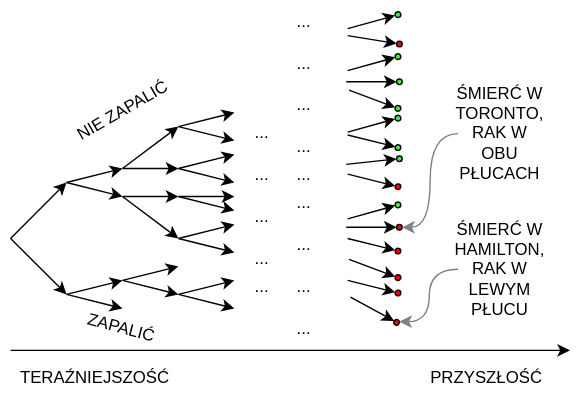
Above: images/ep-04-obnizanie-wartosci-w-czasie-04.svg in lyckantropen/awakening-pl (draw.io), before the change. Source tidied: cells renumbered, new cells last; positions are measured from the earlier drawing's top-left corner, leaving out a move shared by most shapes. Its diagram source:
```xml
<mxGraphModel>
  <root>
    <mxCell id="0" />
    <mxCell id="1" parent="0" />
    <mxCell id="2" style="endArrow=classic;html=1;rounded=0;" parent="1" edge="1">
      <mxGeometry x="80" y="1760" as="geometry">
        <mxPoint y="250" as="sourcePoint" />
        <mxPoint x="400" y="250" as="targetPoint" />
      </mxGeometry>
    </mxCell>
    <mxCell id="3" value="PRZYSZŁOŚĆ" style="text;html=1;align=center;verticalAlign=middle;strokeColor=none;fillColor=none;" parent="1" vertex="1">
      <mxGeometry x="290" y="260" width="100" height="20" as="geometry" />
    </mxCell>
    <mxCell id="4" value="TERAŹNIEJSZOŚĆ" style="text;html=1;align=center;verticalAlign=middle;strokeColor=none;fillColor=none;" parent="1" vertex="1">
      <mxGeometry y="260" width="120" height="20" as="geometry" />
    </mxCell>
    <mxCell id="5" style="endArrow=classic;html=1;curved=1;" parent="1" edge="1">
      <mxGeometry x="80" y="1760" as="geometry">
        <mxPoint y="170" as="sourcePoint" />
        <mxPoint x="40" y="130" as="targetPoint" />
      </mxGeometry>
    </mxCell>
    <mxCell id="6" style="endArrow=classic;html=1;curved=1;" parent="1" edge="1">
      <mxGeometry x="80" y="1760" as="geometry">
        <mxPoint y="170" as="sourcePoint" />
        <mxPoint x="40" y="210" as="targetPoint" />
      </mxGeometry>
    </mxCell>
    <mxCell id="7" style="endArrow=classic;html=1;curved=1;" parent="1" edge="1">
      <mxGeometry x="80" y="1760" as="geometry">
        <mxPoint x="40" y="130" as="sourcePoint" />
        <mxPoint x="80" y="120" as="targetPoint" />
      </mxGeometry>
    </mxCell>
    <mxCell id="8" style="endArrow=classic;html=1;curved=1;" parent="1" edge="1">
      <mxGeometry x="80" y="1760" as="geometry">
        <mxPoint x="40" y="130" as="sourcePoint" />
        <mxPoint x="80" y="140" as="targetPoint" />
      </mxGeometry>
    </mxCell>
    <mxCell id="9" style="endArrow=classic;html=1;curved=1;" parent="1" edge="1">
      <mxGeometry x="80" y="1760" as="geometry">
        <mxPoint x="40" y="210" as="sourcePoint" />
        <mxPoint x="80" y="200" as="targetPoint" />
      </mxGeometry>
    </mxCell>
    <mxCell id="10" style="endArrow=classic;html=1;curved=1;" parent="1" edge="1">
      <mxGeometry x="80" y="1760" as="geometry">
        <mxPoint x="40" y="210" as="sourcePoint" />
        <mxPoint x="80" y="220" as="targetPoint" />
      </mxGeometry>
    </mxCell>
    <mxCell id="11" style="endArrow=classic;html=1;curved=1;" parent="1" edge="1">
      <mxGeometry x="80" y="1760" as="geometry">
        <mxPoint x="80" y="140" as="sourcePoint" />
        <mxPoint x="120" y="140" as="targetPoint" />
      </mxGeometry>
    </mxCell>
    <mxCell id="12" style="endArrow=classic;html=1;curved=1;" parent="1" edge="1">
      <mxGeometry x="80" y="1760" as="geometry">
        <mxPoint x="80" y="140" as="sourcePoint" />
        <mxPoint x="120" y="170" as="targetPoint" />
      </mxGeometry>
    </mxCell>
    <mxCell id="13" style="endArrow=classic;html=1;curved=1;" parent="1" edge="1">
      <mxGeometry x="80" y="1760" as="geometry">
        <mxPoint x="80" y="200" as="sourcePoint" />
        <mxPoint x="120" y="190" as="targetPoint" />
      </mxGeometry>
    </mxCell>
    <mxCell id="14" style="endArrow=classic;html=1;curved=1;" parent="1" edge="1">
      <mxGeometry x="80" y="1760" as="geometry">
        <mxPoint x="80" y="200" as="sourcePoint" />
        <mxPoint x="120" y="210" as="targetPoint" />
      </mxGeometry>
    </mxCell>
    <mxCell id="15" style="endArrow=classic;html=1;curved=1;" parent="1" edge="1">
      <mxGeometry x="80" y="1760" as="geometry">
        <mxPoint x="80" y="120" as="sourcePoint" />
        <mxPoint x="120" y="90" as="targetPoint" />
      </mxGeometry>
    </mxCell>
    <mxCell id="16" style="endArrow=classic;html=1;curved=1;" parent="1" edge="1">
      <mxGeometry x="80" y="1760" as="geometry">
        <mxPoint x="80" y="120" as="sourcePoint" />
        <mxPoint x="120" y="120" as="targetPoint" />
      </mxGeometry>
    </mxCell>
    <mxCell id="17" style="endArrow=classic;html=1;curved=1;" parent="1" edge="1">
      <mxGeometry x="80" y="1760" as="geometry">
        <mxPoint x="120" y="90" as="sourcePoint" />
        <mxPoint x="160" y="80" as="targetPoint" />
      </mxGeometry>
    </mxCell>
    <mxCell id="18" style="endArrow=classic;html=1;curved=1;" parent="1" edge="1">
      <mxGeometry x="80" y="1760" as="geometry">
        <mxPoint x="120" y="90" as="sourcePoint" />
        <mxPoint x="160" y="100" as="targetPoint" />
      </mxGeometry>
    </mxCell>
    <mxCell id="19" style="endArrow=classic;html=1;curved=1;" parent="1" edge="1">
      <mxGeometry x="80" y="1760" as="geometry">
        <mxPoint x="120" y="120" as="sourcePoint" />
        <mxPoint x="160" y="110" as="targetPoint" />
      </mxGeometry>
    </mxCell>
    <mxCell id="20" style="endArrow=classic;html=1;curved=1;" parent="1" edge="1">
      <mxGeometry x="80" y="1760" as="geometry">
        <mxPoint x="120" y="120" as="sourcePoint" />
        <mxPoint x="160" y="130" as="targetPoint" />
      </mxGeometry>
    </mxCell>
    <mxCell id="21" style="endArrow=classic;html=1;curved=1;" parent="1" edge="1">
      <mxGeometry x="80" y="1760" as="geometry">
        <mxPoint x="120" y="170" as="sourcePoint" />
        <mxPoint x="160" y="160" as="targetPoint" />
      </mxGeometry>
    </mxCell>
    <mxCell id="22" style="endArrow=classic;html=1;curved=1;" parent="1" edge="1">
      <mxGeometry x="80" y="1760" as="geometry">
        <mxPoint x="120" y="170" as="sourcePoint" />
        <mxPoint x="160" y="180" as="targetPoint" />
      </mxGeometry>
    </mxCell>
    <mxCell id="23" style="endArrow=classic;html=1;curved=1;" parent="1" edge="1">
      <mxGeometry x="80" y="1760" as="geometry">
        <mxPoint x="120" y="140" as="sourcePoint" />
        <mxPoint x="160" y="140" as="targetPoint" />
      </mxGeometry>
    </mxCell>
    <mxCell id="24" style="endArrow=classic;html=1;curved=1;" parent="1" edge="1">
      <mxGeometry x="80" y="1760" as="geometry">
        <mxPoint x="120" y="140" as="sourcePoint" />
        <mxPoint x="160" y="150" as="targetPoint" />
      </mxGeometry>
    </mxCell>
    <mxCell id="25" style="endArrow=classic;html=1;curved=1;" parent="1" edge="1">
      <mxGeometry x="80" y="1760" as="geometry">
        <mxPoint x="120" y="210" as="sourcePoint" />
        <mxPoint x="160" y="200" as="targetPoint" />
      </mxGeometry>
    </mxCell>
    <mxCell id="26" style="endArrow=classic;html=1;curved=1;" parent="1" edge="1">
      <mxGeometry x="80" y="1760" as="geometry">
        <mxPoint x="120" y="210" as="sourcePoint" />
        <mxPoint x="160" y="220" as="targetPoint" />
      </mxGeometry>
    </mxCell>
    <mxCell id="27" value="..." style="text;html=1;strokeColor=none;fillColor=none;align=center;verticalAlign=middle;whiteSpace=wrap;rounded=0;" parent="1" vertex="1">
      <mxGeometry x="150" y="80" width="60" height="30" as="geometry" />
    </mxCell>
    <mxCell id="28" value="..." style="text;html=1;strokeColor=none;fillColor=none;align=center;verticalAlign=middle;whiteSpace=wrap;rounded=0;" parent="1" vertex="1">
      <mxGeometry x="150" y="110" width="60" height="30" as="geometry" />
    </mxCell>
    <mxCell id="29" value="..." style="text;html=1;strokeColor=none;fillColor=none;align=center;verticalAlign=middle;whiteSpace=wrap;rounded=0;" parent="1" vertex="1">
      <mxGeometry x="150" y="140" width="60" height="30" as="geometry" />
    </mxCell>
    <mxCell id="30" value="..." style="text;html=1;strokeColor=none;fillColor=none;align=center;verticalAlign=middle;whiteSpace=wrap;rounded=0;" parent="1" vertex="1">
      <mxGeometry x="150" y="170" width="60" height="30" as="geometry" />
    </mxCell>
    <mxCell id="31" value="..." style="text;html=1;strokeColor=none;fillColor=none;align=center;verticalAlign=middle;whiteSpace=wrap;rounded=0;" parent="1" vertex="1">
      <mxGeometry x="150" y="190" width="60" height="30" as="geometry" />
    </mxCell>
    <mxCell id="32" value="..." style="text;html=1;strokeColor=none;fillColor=none;align=center;verticalAlign=middle;whiteSpace=wrap;rounded=0;" parent="1" vertex="1">
      <mxGeometry x="180" width="60" height="30" as="geometry" />
    </mxCell>
    <mxCell id="33" value="..." style="text;html=1;strokeColor=none;fillColor=none;align=center;verticalAlign=middle;whiteSpace=wrap;rounded=0;" parent="1" vertex="1">
      <mxGeometry x="180" y="30" width="60" height="30" as="geometry" />
    </mxCell>
    <mxCell id="34" value="..." style="text;html=1;strokeColor=none;fillColor=none;align=center;verticalAlign=middle;whiteSpace=wrap;rounded=0;" parent="1" vertex="1">
      <mxGeometry x="180" y="60" width="60" height="30" as="geometry" />
    </mxCell>
    <mxCell id="35" value="..." style="text;html=1;strokeColor=none;fillColor=none;align=center;verticalAlign=middle;whiteSpace=wrap;rounded=0;" parent="1" vertex="1">
      <mxGeometry x="180" y="90" width="60" height="30" as="geometry" />
    </mxCell>
    <mxCell id="36" value="..." style="text;html=1;strokeColor=none;fillColor=none;align=center;verticalAlign=middle;whiteSpace=wrap;rounded=0;" parent="1" vertex="1">
      <mxGeometry x="180" y="110" width="60" height="30" as="geometry" />
    </mxCell>
    <mxCell id="37" value="..." style="text;html=1;strokeColor=none;fillColor=none;align=center;verticalAlign=middle;whiteSpace=wrap;rounded=0;" parent="1" vertex="1">
      <mxGeometry x="180" y="130" width="60" height="30" as="geometry" />
    </mxCell>
    <mxCell id="38" value="..." style="text;html=1;strokeColor=none;fillColor=none;align=center;verticalAlign=middle;whiteSpace=wrap;rounded=0;" parent="1" vertex="1">
      <mxGeometry x="180" y="160" width="60" height="30" as="geometry" />
    </mxCell>
    <mxCell id="39" value="..." style="text;html=1;strokeColor=none;fillColor=none;align=center;verticalAlign=middle;whiteSpace=wrap;rounded=0;" parent="1" vertex="1">
      <mxGeometry x="180" y="190" width="60" height="30" as="geometry" />
    </mxCell>
    <mxCell id="40" value="..." style="text;html=1;strokeColor=none;fillColor=none;align=center;verticalAlign=middle;whiteSpace=wrap;rounded=0;" parent="1" vertex="1">
      <mxGeometry x="180" y="220" width="60" height="30" as="geometry" />
    </mxCell>
    <mxCell id="41" style="group;rotation=-15;" parent="1" vertex="1">
      <mxGeometry x="240" y="13" width="40" height="4" as="geometry" />
    </mxCell>
    <mxCell id="42" style="endArrow=classic;html=1;curved=1;entryX=0;entryY=0.5;entryDx=0;entryDy=0;" parent="41" edge="1" target="43">
      <mxGeometry relative="1" as="geometry">
        <mxPoint x="1" y="7" as="sourcePoint" />
      </mxGeometry>
    </mxCell>
    <mxCell id="43" style="ellipse;whiteSpace=wrap;html=1;fillColor=#33FF33;gradientColor=none;rotation=-15;" parent="41" vertex="1">
      <mxGeometry x="35" y="-5" width="4" height="4" as="geometry" />
    </mxCell>
    <mxCell id="44" style="group;rotation=10;" parent="1" vertex="1">
      <mxGeometry x="240" y="26" width="40" height="4" as="geometry" />
    </mxCell>
    <mxCell id="45" style="endArrow=classic;html=1;curved=1;entryX=0;entryY=0.5;entryDx=0;entryDy=0;" parent="44" edge="1" target="46">
      <mxGeometry relative="1" as="geometry">
        <mxPoint x="1" y="-1" as="sourcePoint" />
      </mxGeometry>
    </mxCell>
    <mxCell id="46" style="ellipse;whiteSpace=wrap;html=1;fillColor=#FF0000;gradientColor=none;rotation=10;" parent="44" vertex="1">
      <mxGeometry x="36" y="3" width="4" height="4" as="geometry" />
    </mxCell>
    <mxCell id="47" style="group;rotation=-15;" parent="1" vertex="1">
      <mxGeometry x="240" y="43" width="40" height="4" as="geometry" />
    </mxCell>
    <mxCell id="48" style="endArrow=classic;html=1;curved=1;entryX=0;entryY=0.5;entryDx=0;entryDy=0;" parent="47" edge="1" target="49">
      <mxGeometry relative="1" as="geometry">
        <mxPoint x="1" y="7" as="sourcePoint" />
      </mxGeometry>
    </mxCell>
    <mxCell id="49" style="ellipse;whiteSpace=wrap;html=1;fillColor=#33FF33;gradientColor=none;rotation=-15;" parent="47" vertex="1">
      <mxGeometry x="35" y="-5" width="4" height="4" as="geometry" />
    </mxCell>
    <mxCell id="50" style="group;rotation=0;" parent="1" vertex="1">
      <mxGeometry x="240" y="56" width="40" height="4" as="geometry" />
    </mxCell>
    <mxCell id="51" style="endArrow=classic;html=1;curved=1;entryX=0;entryY=0.5;entryDx=0;entryDy=0;" parent="50" edge="1" target="52">
      <mxGeometry relative="1" as="geometry">
        <mxPoint y="2" as="sourcePoint" />
      </mxGeometry>
    </mxCell>
    <mxCell id="52" style="ellipse;whiteSpace=wrap;html=1;fillColor=#33FF33;gradientColor=none;rotation=0;" parent="50" vertex="1">
      <mxGeometry x="36" width="4" height="4" as="geometry" />
    </mxCell>
    <mxCell id="53" style="group;rotation=20;" parent="1" vertex="1">
      <mxGeometry x="240" y="69" width="40" height="4" as="geometry" />
    </mxCell>
    <mxCell id="54" style="endArrow=classic;html=1;curved=1;entryX=0;entryY=0.5;entryDx=0;entryDy=0;" parent="53" edge="1" target="55">
      <mxGeometry relative="1" as="geometry">
        <mxPoint x="2" y="-5" as="sourcePoint" />
      </mxGeometry>
    </mxCell>
    <mxCell id="55" style="ellipse;whiteSpace=wrap;html=1;fillColor=#33FF33;gradientColor=none;rotation=20;" parent="53" vertex="1">
      <mxGeometry x="35" y="6" width="4" height="4" as="geometry" />
    </mxCell>
    <mxCell id="56" style="group;rotation=-15;" parent="1" vertex="1">
      <mxGeometry x="240" y="87" width="40" height="4" as="geometry" />
    </mxCell>
    <mxCell id="57" style="endArrow=classic;html=1;curved=1;entryX=0;entryY=0.5;entryDx=0;entryDy=0;" parent="56" edge="1" target="58">
      <mxGeometry relative="1" as="geometry">
        <mxPoint x="1" y="7" as="sourcePoint" />
      </mxGeometry>
    </mxCell>
    <mxCell id="58" style="ellipse;whiteSpace=wrap;html=1;fillColor=#33FF33;gradientColor=none;rotation=-15;" parent="56" vertex="1">
      <mxGeometry x="35" y="-5" width="4" height="4" as="geometry" />
    </mxCell>
    <mxCell id="59" style="group;rotation=15;" parent="1" vertex="1">
      <mxGeometry x="240" y="99" width="40" height="4" as="geometry" />
    </mxCell>
    <mxCell id="60" style="endArrow=classic;html=1;curved=1;entryX=0;entryY=0.5;entryDx=0;entryDy=0;" parent="59" edge="1" target="61">
      <mxGeometry relative="1" as="geometry">
        <mxPoint x="1" y="-3" as="sourcePoint" />
      </mxGeometry>
    </mxCell>
    <mxCell id="61" style="ellipse;whiteSpace=wrap;html=1;fillColor=#33FF33;gradientColor=none;rotation=15;" parent="59" vertex="1">
      <mxGeometry x="35" y="4" width="4" height="4" as="geometry" />
    </mxCell>
    <mxCell id="62" style="group;rotation=-5;" parent="1" vertex="1">
      <mxGeometry x="240" y="113" width="40" height="4" as="geometry" />
    </mxCell>
    <mxCell id="63" style="endArrow=classic;html=1;curved=1;entryX=0;entryY=0.5;entryDx=0;entryDy=0;" parent="62" edge="1" target="64">
      <mxGeometry relative="1" as="geometry">
        <mxPoint y="4" as="sourcePoint" />
      </mxGeometry>
    </mxCell>
    <mxCell id="64" style="ellipse;whiteSpace=wrap;html=1;fillColor=#33FF33;gradientColor=none;rotation=-5;" parent="62" vertex="1">
      <mxGeometry x="36" y="-2" width="4" height="4" as="geometry" />
    </mxCell>
    <mxCell id="65" style="group;rotation=15;" parent="1" vertex="1">
      <mxGeometry x="240" y="127" width="40" height="4" as="geometry" />
    </mxCell>
    <mxCell id="66" style="endArrow=classic;html=1;curved=1;entryX=0;entryY=0.5;entryDx=0;entryDy=0;" parent="65" edge="1" target="67">
      <mxGeometry relative="1" as="geometry">
        <mxPoint x="1" y="-3" as="sourcePoint" />
      </mxGeometry>
    </mxCell>
    <mxCell id="67" style="ellipse;whiteSpace=wrap;html=1;fillColor=#FF0000;gradientColor=none;rotation=15;" parent="65" vertex="1">
      <mxGeometry x="35" y="4" width="4" height="4" as="geometry" />
    </mxCell>
    <mxCell id="68" style="group;rotation=-15;" parent="1" vertex="1">
      <mxGeometry x="240" y="149" width="40" height="4" as="geometry" />
    </mxCell>
    <mxCell id="69" style="endArrow=classic;html=1;curved=1;entryX=0;entryY=0.5;entryDx=0;entryDy=0;" parent="68" edge="1" target="70">
      <mxGeometry relative="1" as="geometry">
        <mxPoint x="1" y="7" as="sourcePoint" />
      </mxGeometry>
    </mxCell>
    <mxCell id="70" style="ellipse;whiteSpace=wrap;html=1;fillColor=#33FF33;gradientColor=none;rotation=-15;" parent="68" vertex="1">
      <mxGeometry x="35" y="-5" width="4" height="4" as="geometry" />
    </mxCell>
    <mxCell id="71" style="group;rotation=0;" parent="1" vertex="1">
      <mxGeometry x="240" y="160" width="40" height="4" as="geometry" />
    </mxCell>
    <mxCell id="72" style="endArrow=classic;html=1;curved=1;entryX=0;entryY=0.5;entryDx=0;entryDy=0;" parent="71" edge="1" target="73">
      <mxGeometry relative="1" as="geometry">
        <mxPoint y="2" as="sourcePoint" />
      </mxGeometry>
    </mxCell>
    <mxCell id="73" style="ellipse;whiteSpace=wrap;html=1;fillColor=#FF0000;gradientColor=none;rotation=0;" parent="71" vertex="1">
      <mxGeometry x="36" width="4" height="4" as="geometry" />
    </mxCell>
    <mxCell id="74" style="group;rotation=15;" parent="1" vertex="1">
      <mxGeometry x="240" y="173" width="40" height="4" as="geometry" />
    </mxCell>
    <mxCell id="75" style="endArrow=classic;html=1;curved=1;entryX=0;entryY=0.5;entryDx=0;entryDy=0;" parent="74" edge="1" target="76">
      <mxGeometry relative="1" as="geometry">
        <mxPoint x="1" y="-3" as="sourcePoint" />
      </mxGeometry>
    </mxCell>
    <mxCell id="76" style="ellipse;whiteSpace=wrap;html=1;fillColor=#FF0000;gradientColor=none;rotation=15;" parent="74" vertex="1">
      <mxGeometry x="35" y="4" width="4" height="4" as="geometry" />
    </mxCell>
    <mxCell id="77" style="group;rotation=20;" parent="1" vertex="1">
      <mxGeometry x="240" y="190" width="40" height="4" as="geometry" />
    </mxCell>
    <mxCell id="78" style="endArrow=classic;html=1;curved=1;entryX=0;entryY=0.5;entryDx=0;entryDy=0;" parent="77" edge="1" target="79">
      <mxGeometry relative="1" as="geometry">
        <mxPoint x="2" y="-5" as="sourcePoint" />
      </mxGeometry>
    </mxCell>
    <mxCell id="79" style="ellipse;whiteSpace=wrap;html=1;fillColor=#FF0000;gradientColor=none;rotation=20;" parent="77" vertex="1">
      <mxGeometry x="35" y="6" width="4" height="4" as="geometry" />
    </mxCell>
    <mxCell id="80" style="group;rotation=15;" parent="1" vertex="1">
      <mxGeometry x="240" y="203" width="40" height="4" as="geometry" />
    </mxCell>
    <mxCell id="81" style="endArrow=classic;html=1;curved=1;entryX=0;entryY=0.5;entryDx=0;entryDy=0;" parent="80" edge="1" target="82">
      <mxGeometry relative="1" as="geometry">
        <mxPoint x="1" y="-3" as="sourcePoint" />
      </mxGeometry>
    </mxCell>
    <mxCell id="82" style="ellipse;whiteSpace=wrap;html=1;fillColor=#FF0000;gradientColor=none;rotation=15;" parent="80" vertex="1">
      <mxGeometry x="35" y="4" width="4" height="4" as="geometry" />
    </mxCell>
    <mxCell id="83" style="group;rotation=30;" parent="1" vertex="1">
      <mxGeometry x="240" y="220" width="40" height="4" as="geometry" />
    </mxCell>
    <mxCell id="84" style="endArrow=classic;html=1;curved=1;entryX=0;entryY=0.5;entryDx=0;entryDy=0;" parent="83" edge="1" target="85">
      <mxGeometry relative="1" as="geometry">
        <mxPoint x="3" y="-8" as="sourcePoint" />
      </mxGeometry>
    </mxCell>
    <mxCell id="85" style="ellipse;whiteSpace=wrap;html=1;fillColor=#FF0000;gradientColor=none;rotation=30;" parent="83" vertex="1">
      <mxGeometry x="34" y="8" width="4" height="4" as="geometry" />
    </mxCell>
    <mxCell id="86" style="edgeStyle=orthogonalEdgeStyle;curved=1;jettySize=auto;html=1;entryX=1;entryY=0;entryDx=0;entryDy=0;strokeColor=#808080;" parent="1" edge="1" source="87" target="85">
      <mxGeometry x="80" y="1760" as="geometry" />
    </mxCell>
    <mxCell id="87" value="ŚMIERĆ W HAMILTON, RAK W LEWYM PŁUCU" style="text;html=1;strokeColor=none;fillColor=none;align=center;verticalAlign=middle;whiteSpace=wrap;rounded=0;" parent="1" vertex="1">
      <mxGeometry x="320" y="177" width="60" height="30" as="geometry" />
    </mxCell>
    <mxCell id="88" style="edgeStyle=orthogonalEdgeStyle;curved=1;jettySize=auto;html=1;entryX=1;entryY=0.5;entryDx=0;entryDy=0;strokeColor=#808080;" parent="1" edge="1" source="89" target="73">
      <mxGeometry relative="1" as="geometry" />
    </mxCell>
    <mxCell id="89" value="ŚMIERĆ W TORONTO,&lt;br&gt;RAK W OBU PŁUCACH" style="text;html=1;strokeColor=none;fillColor=none;align=center;verticalAlign=middle;whiteSpace=wrap;rounded=0;" parent="1" vertex="1">
      <mxGeometry x="320" y="80" width="60" height="30" as="geometry" />
    </mxCell>
    <mxCell id="90" value="NIE ZAPALIĆ" style="text;html=1;align=center;verticalAlign=middle;strokeColor=none;fillColor=none;rotation=-30;" parent="1" vertex="1">
      <mxGeometry x="35" y="69" width="90" height="20" as="geometry" />
    </mxCell>
    <mxCell id="91" value="ZAPALIĆ" style="text;html=1;align=center;verticalAlign=middle;strokeColor=none;fillColor=none;rotation=15;" parent="1" vertex="1">
      <mxGeometry x="49" y="224" width="60" height="20" as="geometry" />
    </mxCell>
  </root>
</mxGraphModel>
```
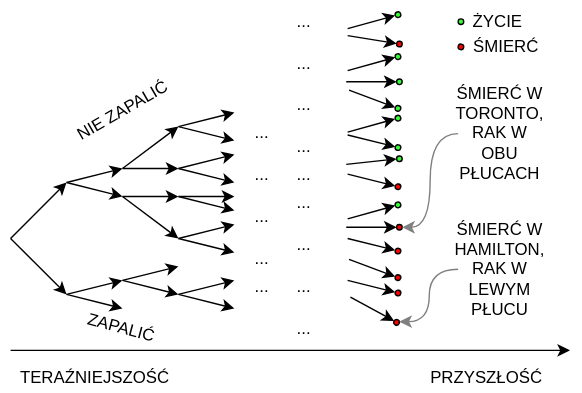
Later version of the same file.

What changed in the source:
```diff
@@ -371,5 +371,17 @@
     <mxCell id="91" value="ZAPALIĆ" style="text;html=1;align=center;verticalAlign=middle;strokeColor=none;fillColor=none;rotation=15;" parent="1" vertex="1">
       <mxGeometry x="49" y="224" width="60" height="20" as="geometry" />
     </mxCell>
+    <mxCell id="92" style="ellipse;whiteSpace=wrap;html=1;fillColor=#33FF33;gradientColor=none;rotation=0;" parent="1" vertex="1">
+      <mxGeometry x="320" y="13" width="4" height="4" as="geometry" />
+    </mxCell>
+    <mxCell id="93" style="ellipse;whiteSpace=wrap;html=1;fillColor=#FF0000;gradientColor=none;rotation=10;" parent="1" vertex="1">
+      <mxGeometry x="320" y="31" width="4" height="4" as="geometry" />
+    </mxCell>
+    <mxCell id="94" value="ŻYCIE" style="text;html=1;align=center;verticalAlign=middle;strokeColor=none;fillColor=none;" parent="1" vertex="1">
+      <mxGeometry x="323" y="5" width="50" height="20" as="geometry" />
+    </mxCell>
+    <mxCell id="95" value="ŚMIERĆ" style="text;html=1;align=center;verticalAlign=middle;strokeColor=none;fillColor=none;" parent="1" vertex="1">
+      <mxGeometry x="324" y="23" width="60" height="20" as="geometry" />
+    </mxCell>
   </root>
 </mxGraphModel>
```
